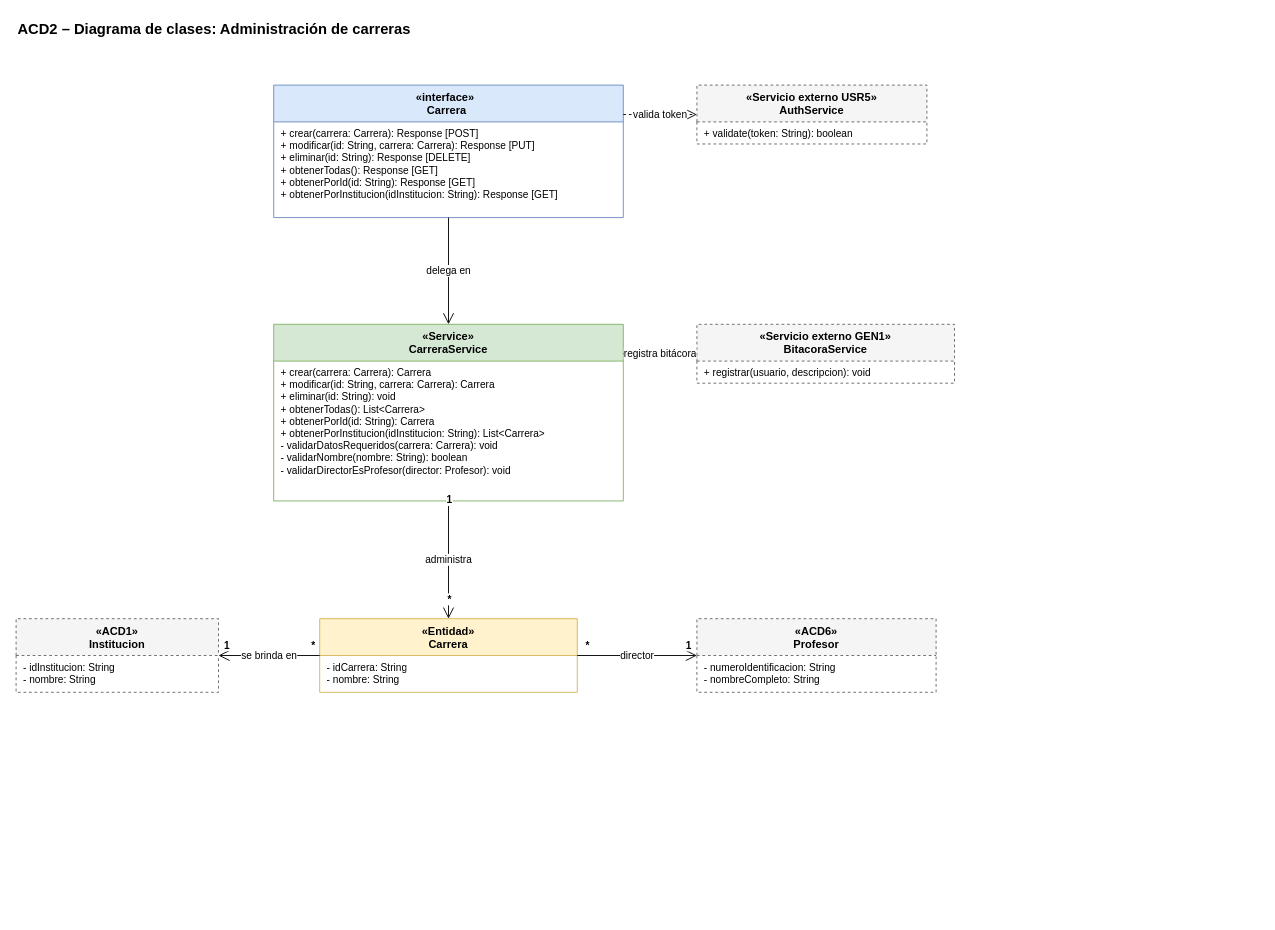
Earlier version of the draw.io diagram Documentacion/Diagramas Generales/Clases/Microservicios/DiagramaClases-Carreras.drawio (AskingManCode/MetaU). Source tidied: cells renumbered, new cells numbered last; positions are measured from the earlier drawing's top-left corner, leaving out a move shared by most shapes. Both pictures are drawn from the tidied source at 92%, with x=0, y=0 at pixel (16, 16).
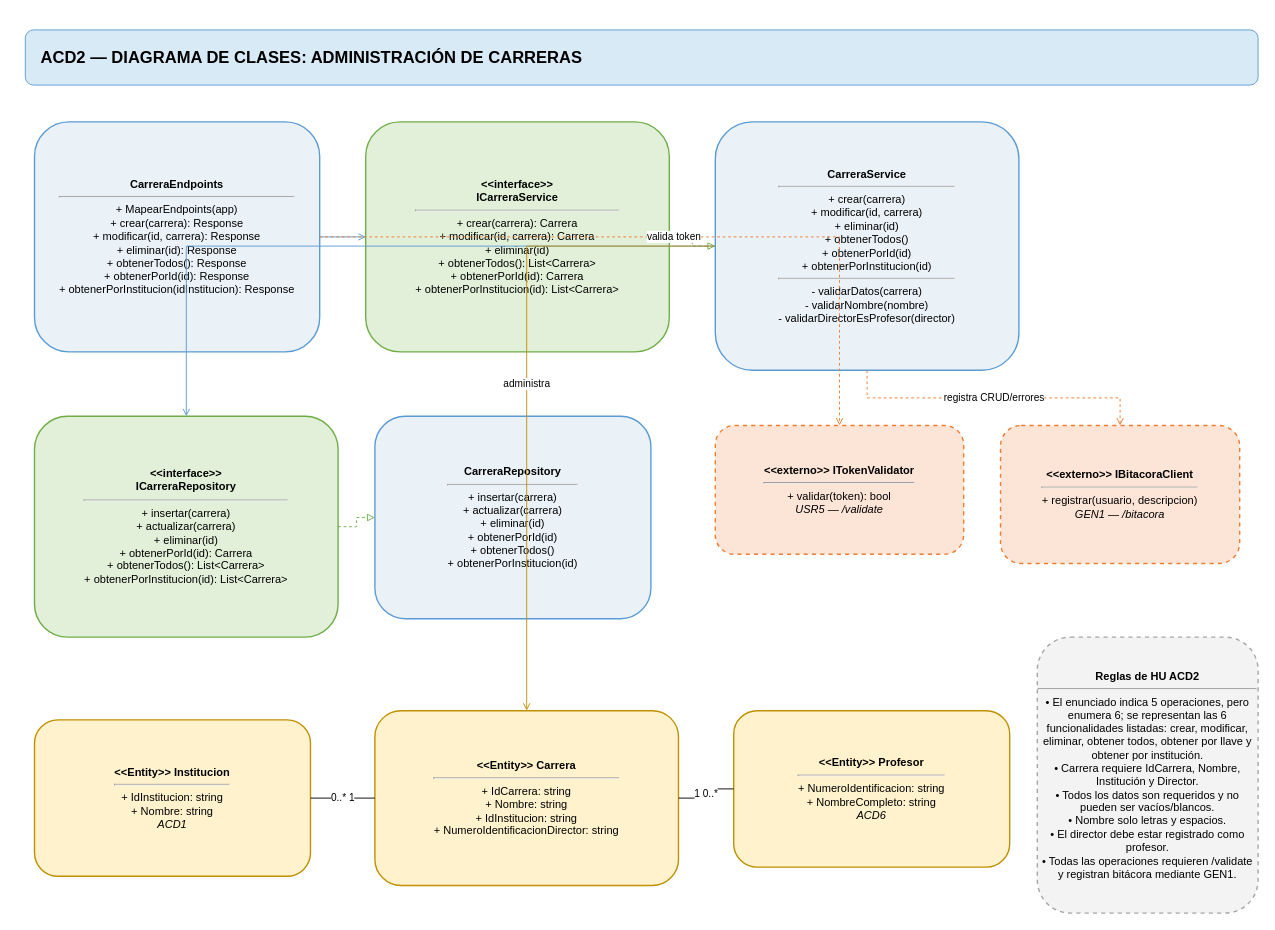
The same page after the edit.

Commit message (it also covers changes not shown here):
doc: se agrega Carreras a develop(#100)

Diff of the diagram source:
```diff
@@
-    <mxCell id="2" value="ACD2 – Diagrama de clases: Administración de carreras" style="text;html=0;align=left;verticalAlign=middle;fontSize=16;fontStyle=1;" parent="1" vertex="1">
-      <mxGeometry width="700" height="26" as="geometry" />
-    </mxCell>
-    <mxCell id="3" value="«interface»  &#10;Carrera " style="swimlane;fontStyle=1;align=center;startSize=40;html=0;horizontal=1;fontSize=12;fillColor=#dae8fc;strokeColor=#6c8ebf;swimlaneFillColor=#ffffff;" parent="1" vertex="1">
-      <mxGeometry x="280" y="75" width="380" height="144" as="geometry" />
-    </mxCell>
-    <mxCell id="4" value="+ crear(carrera: Carrera): Response  [POST]&#10;+ modificar(id: String, carrera: Carrera): Response  [PUT]&#10;+ eliminar(id: String): Response  [DELETE]&#10;+ obtenerTodas(): Response  [GET]&#10;+ obtenerPorId(id: String): Response  [GET]&#10;+ obtenerPorInstitucion(idInstitucion: String): Response  [GET]" style="text;strokeColor=none;fillColor=none;align=left;verticalAlign=top;spacingLeft=6;spacingRight=4;overflow=hidden;whiteSpace=wrap;html=0;fontSize=11;" parent="3" vertex="1">
-      <mxGeometry y="40" width="380" height="104" as="geometry" />
-    </mxCell>
-    <mxCell id="5" value="«Servicio externo USR5»&#10;AuthService" style="swimlane;fontStyle=1;align=center;startSize=40;html=0;horizontal=1;fontSize=12;fillColor=#f5f5f5;strokeColor=#666666;dashed=1;swimlaneFillColor=#ffffff;" parent="1" vertex="1">
-      <mxGeometry x="740" y="75" width="250" height="64" as="geometry" />
-    </mxCell>
-    <mxCell id="6" value="+ validate(token: String): boolean" style="text;strokeColor=none;fillColor=none;align=left;verticalAlign=top;spacingLeft=6;spacingRight=4;overflow=hidden;whiteSpace=wrap;html=0;fontSize=11;" parent="5" vertex="1">
-      <mxGeometry y="40" width="250" height="24" as="geometry" />
-    </mxCell>
-    <mxCell id="7" value="«Service»&#10;CarreraService" style="swimlane;fontStyle=1;align=center;startSize=40;html=0;horizontal=1;fontSize=12;fillColor=#d5e8d4;strokeColor=#82b366;swimlaneFillColor=#ffffff;" parent="1" vertex="1">
-      <mxGeometry x="280" y="335" width="380" height="192" as="geometry" />
-    </mxCell>
-    <mxCell id="8" value="+ crear(carrera: Carrera): Carrera&#10;+ modificar(id: String, carrera: Carrera): Carrera&#10;+ eliminar(id: String): void&#10;+ obtenerTodas(): List&lt;Carrera&gt;&#10;+ obtenerPorId(id: String): Carrera&#10;+ obtenerPorInstitucion(idInstitucion: String): List&lt;Carrera&gt;&#10;- validarDatosRequeridos(carrera: Carrera): void&#10;- validarNombre(nombre: String): boolean&#10;- validarDirectorEsProfesor(director: Profesor): void" style="text;strokeColor=none;fillColor=none;align=left;verticalAlign=top;spacingLeft=6;spacingRight=4;overflow=hidden;whiteSpace=wrap;html=0;fontSize=11;" parent="7" vertex="1">
-      <mxGeometry y="40" width="380" height="152" as="geometry" />
-    </mxCell>
-    <mxCell id="9" value="«Servicio externo GEN1»&#10;BitacoraService" style="swimlane;fontStyle=1;align=center;startSize=40;html=0;horizontal=1;fontSize=12;fillColor=#f5f5f5;strokeColor=#666666;dashed=1;swimlaneFillColor=#ffffff;" parent="1" vertex="1">
-      <mxGeometry x="740" y="335" width="280" height="64" as="geometry" />
-    </mxCell>
-    <mxCell id="10" value="+ registrar(usuario, descripcion): void" style="text;strokeColor=none;fillColor=none;align=left;verticalAlign=top;spacingLeft=6;spacingRight=4;overflow=hidden;whiteSpace=wrap;html=0;fontSize=11;" parent="9" vertex="1">
-      <mxGeometry y="40" width="280" height="24" as="geometry" />
-    </mxCell>
-    <mxCell id="11" value="«Entidad»&#10;Carrera" style="swimlane;fontStyle=1;align=center;startSize=40;html=0;horizontal=1;fontSize=12;fillColor=#fff2cc;strokeColor=#d6b656;swimlaneFillColor=#ffffff;" parent="1" vertex="1">
-      <mxGeometry x="330" y="655" width="280" height="80" as="geometry" />
-    </mxCell>
-    <mxCell id="12" value="- idCarrera: String&#10;- nombre: String" style="text;strokeColor=none;fillColor=none;align=left;verticalAlign=top;spacingLeft=6;spacingRight=4;overflow=hidden;whiteSpace=wrap;html=0;fontSize=11;" parent="11" vertex="1">
-      <mxGeometry y="40" width="280" height="40" as="geometry" />
-    </mxCell>
-    <mxCell id="13" value="«ACD1»&#10;Institucion" style="swimlane;fontStyle=1;align=center;startSize=40;html=0;horizontal=1;fontSize=12;fillColor=#f5f5f5;strokeColor=#666666;dashed=1;swimlaneFillColor=#ffffff;" parent="1" vertex="1">
-      <mxGeometry y="655" width="220" height="80" as="geometry" />
-    </mxCell>
-    <mxCell id="14" value="- idInstitucion: String&#10;- nombre: String" style="text;strokeColor=none;fillColor=none;align=left;verticalAlign=top;spacingLeft=6;spacingRight=4;overflow=hidden;whiteSpace=wrap;html=0;fontSize=11;" parent="13" vertex="1">
-      <mxGeometry y="40" width="220" height="40" as="geometry" />
-    </mxCell>
-    <mxCell id="15" value="«ACD6»&#10;Profesor" style="swimlane;fontStyle=1;align=center;startSize=40;html=0;horizontal=1;fontSize=12;fillColor=#f5f5f5;strokeColor=#666666;dashed=1;swimlaneFillColor=#ffffff;" parent="1" vertex="1">
-      <mxGeometry x="740" y="655" width="260" height="80" as="geometry" />
-    </mxCell>
-    <mxCell id="16" value="- numeroIdentificacion: String&#10;- nombreCompleto: String" style="text;strokeColor=none;fillColor=none;align=left;verticalAlign=top;spacingLeft=6;spacingRight=4;overflow=hidden;whiteSpace=wrap;html=0;fontSize=11;" parent="15" vertex="1">
-      <mxGeometry y="40" width="260" height="40" as="geometry" />
-    </mxCell>
-    <mxCell id="17" value="delega en" style="endArrow=open;endSize=10;html=1;edgeStyle=orthogonalEdgeStyle;rounded=0;fontSize=11;labelBackgroundColor=#ffffff;exitX=0.5000;exitY=1;entryX=0.5000;entryY=0;" parent="1" edge="1" source="3" target="7">
-      <mxGeometry relative="1" as="geometry" />
-    </mxCell>
+    <mxCell id="29" value="&lt;b&gt;ACD2 — DIAGRAMA DE CLASES: ADMINISTRACIÓN DE CARRERAS&lt;/b&gt;" style="rounded=1;whiteSpace=wrap;html=1;fillColor=#D9EAF7;strokeColor=#5B9BD5;fontSize=18;align=left;spacingLeft=15;" parent="1" vertex="1">
+      <mxGeometry x="10" y="15" width="1340" height="60" as="geometry" />
+    </mxCell>
+    <mxCell id="30" value="&lt;b&gt;CarreraEndpoints&lt;/b&gt;&lt;hr&gt;+ MapearEndpoints(app)&lt;br&gt;+ crear(carrera): Response&lt;br&gt;+ modificar(id, carrera): Response&lt;br&gt;+ eliminar(id): Response&lt;br&gt;+ obtenerTodos(): Response&lt;br&gt;+ obtenerPorId(id): Response&lt;br&gt;+ obtenerPorInstitucion(idInstitucion): Response" style="rounded=1;whiteSpace=wrap;html=1;strokeWidth=1.5;fillColor=#EAF2F8;strokeColor=#5B9BD5;" parent="1" vertex="1">
+      <mxGeometry x="20" y="115" width="310" height="250" as="geometry" />
+    </mxCell>
+    <mxCell id="31" value="&lt;b&gt;&amp;lt;&amp;lt;interface&amp;gt;&amp;gt;&lt;br&gt;ICarreraService&lt;/b&gt;&lt;hr&gt;+ crear(carrera): Carrera&lt;br&gt;+ modificar(id, carrera): Carrera&lt;br&gt;+ eliminar(id)&lt;br&gt;+ obtenerTodos(): List&amp;lt;Carrera&amp;gt;&lt;br&gt;+ obtenerPorId(id): Carrera&lt;br&gt;+ obtenerPorInstitucion(id): List&amp;lt;Carrera&amp;gt;" style="rounded=1;whiteSpace=wrap;html=1;strokeWidth=1.5;fillColor=#E2F0D9;strokeColor=#70AD47;" parent="1" vertex="1">
+      <mxGeometry x="380" y="115" width="330" height="250" as="geometry" />
+    </mxCell>
+    <mxCell id="32" value="&lt;b&gt;CarreraService&lt;/b&gt;&lt;hr&gt;+ crear(carrera)&lt;br&gt;+ modificar(id, carrera)&lt;br&gt;+ eliminar(id)&lt;br&gt;+ obtenerTodos()&lt;br&gt;+ obtenerPorId(id)&lt;br&gt;+ obtenerPorInstitucion(id)&lt;hr&gt;- validarDatos(carrera)&lt;br&gt;- validarNombre(nombre)&lt;br&gt;- validarDirectorEsProfesor(director)" style="rounded=1;whiteSpace=wrap;html=1;strokeWidth=1.5;fillColor=#EAF2F8;strokeColor=#5B9BD5;" parent="1" vertex="1">
+      <mxGeometry x="760" y="115" width="330" height="270" as="geometry" />
+    </mxCell>
+    <mxCell id="33" value="&lt;b&gt;&amp;lt;&amp;lt;interface&amp;gt;&amp;gt;&lt;br&gt;ICarreraRepository&lt;/b&gt;&lt;hr&gt;+ insertar(carrera)&lt;br&gt;+ actualizar(carrera)&lt;br&gt;+ eliminar(id)&lt;br&gt;+ obtenerPorId(id): Carrera&lt;br&gt;+ obtenerTodos(): List&amp;lt;Carrera&amp;gt;&lt;br&gt;+ obtenerPorInstitucion(id): List&amp;lt;Carrera&amp;gt;" style="rounded=1;whiteSpace=wrap;html=1;strokeWidth=1.5;fillColor=#E2F0D9;strokeColor=#70AD47;" parent="1" vertex="1">
+      <mxGeometry x="20" y="435" width="330" height="240" as="geometry" />
+    </mxCell>
+    <mxCell id="34" value="&lt;b&gt;CarreraRepository&lt;/b&gt;&lt;hr&gt;+ insertar(carrera)&lt;br&gt;+ actualizar(carrera)&lt;br&gt;+ eliminar(id)&lt;br&gt;+ obtenerPorId(id)&lt;br&gt;+ obtenerTodos()&lt;br&gt;+ obtenerPorInstitucion(id)" style="rounded=1;whiteSpace=wrap;html=1;strokeWidth=1.5;fillColor=#EAF2F8;strokeColor=#5B9BD5;" parent="1" vertex="1">
+      <mxGeometry x="390" y="435" width="300" height="220" as="geometry" />
+    </mxCell>
+    <mxCell id="35" value="&lt;b&gt;&amp;lt;&amp;lt;externo&amp;gt;&amp;gt; ITokenValidator&lt;/b&gt;&lt;hr&gt;+ validar(token): bool&lt;br&gt;&lt;i&gt;USR5 — /validate&lt;/i&gt;" style="rounded=1;whiteSpace=wrap;html=1;strokeWidth=1.5;fillColor=#FCE4D6;strokeColor=#ED7D31;dashed=1;" parent="1" vertex="1">
+      <mxGeometry x="760" y="445" width="270" height="140" as="geometry" />
+    </mxCell>
+    <mxCell id="36" value="&lt;b&gt;&amp;lt;&amp;lt;externo&amp;gt;&amp;gt; IBitacoraClient&lt;/b&gt;&lt;hr&gt;+ registrar(usuario, descripcion)&lt;br&gt;&lt;i&gt;GEN1 — /bitacora&lt;/i&gt;" style="rounded=1;whiteSpace=wrap;html=1;strokeWidth=1.5;fillColor=#FCE4D6;strokeColor=#ED7D31;dashed=1;" parent="1" vertex="1">
+      <mxGeometry x="1070" y="445" width="260" height="150" as="geometry" />
+    </mxCell>
+    <mxCell id="37" value="&lt;b&gt;&amp;lt;&amp;lt;Entity&amp;gt;&amp;gt; Carrera&lt;/b&gt;&lt;hr&gt;+ IdCarrera: string&lt;br&gt;+ Nombre: string&lt;br&gt;+ IdInstitucion: string&lt;br&gt;+ NumeroIdentificacionDirector: string" style="rounded=1;whiteSpace=wrap;html=1;strokeWidth=1.5;fillColor=#FFF2CC;strokeColor=#BF9000;" parent="1" vertex="1">
+      <mxGeometry x="390" y="755" width="330" height="190" as="geometry" />
+    </mxCell>
+    <mxCell id="38" value="&lt;b&gt;&amp;lt;&amp;lt;Entity&amp;gt;&amp;gt; Institucion&lt;/b&gt;&lt;hr&gt;+ IdInstitucion: string&lt;br&gt;+ Nombre: string&lt;br&gt;&lt;i&gt;ACD1&lt;/i&gt;" style="rounded=1;whiteSpace=wrap;html=1;strokeWidth=1.5;fillColor=#FFF2CC;strokeColor=#BF9000;" parent="1" vertex="1">
+      <mxGeometry x="20" y="765" width="300" height="170" as="geometry" />
+    </mxCell>
+    <mxCell id="39" value="&lt;b&gt;&amp;lt;&amp;lt;Entity&amp;gt;&amp;gt; Profesor&lt;/b&gt;&lt;hr&gt;+ NumeroIdentificacion: string&lt;br&gt;+ NombreCompleto: string&lt;br&gt;&lt;i&gt;ACD6&lt;/i&gt;" style="rounded=1;whiteSpace=wrap;html=1;strokeWidth=1.5;fillColor=#FFF2CC;strokeColor=#BF9000;" parent="1" vertex="1">
+      <mxGeometry x="780" y="755" width="300" height="170" as="geometry" />
+    </mxCell>
+    <mxCell id="40" value="&lt;b&gt;Reglas de HU ACD2&lt;/b&gt;&lt;hr&gt;• El enunciado indica 5 operaciones, pero enumera 6; se representan las 6 funcionalidades listadas: crear, modificar, eliminar, obtener todos, obtener por llave y obtener por institución.&lt;br&gt;• Carrera requiere IdCarrera, Nombre, Institución y Director.&lt;br&gt;• Todos los datos son requeridos y no pueden ser vacíos/blancos.&lt;br&gt;• Nombre solo letras y espacios.&lt;br&gt;• El director debe estar registrado como profesor.&lt;br&gt;• Todas las operaciones requieren /validate y registran bitácora mediante GEN1." style="rounded=1;whiteSpace=wrap;html=1;strokeWidth=1.5;fillColor=#F3F3F3;strokeColor=#A6A6A6;dashed=1;" parent="1" vertex="1">
+      <mxGeometry x="1110" y="675" width="240" height="300" as="geometry" />
+    </mxCell>
+    <mxCell id="41" style="edgeStyle=orthogonalEdgeStyle;rounded=0;jettySize=auto;html=1;endArrow=open;endFill=0;strokeColor=#5B9BD5;" parent="1" edge="1" source="30" target="31">
+      <mxGeometry relative="1" as="geometry" />
+    </mxCell>
+    <mxCell id="42" style="edgeStyle=orthogonalEdgeStyle;rounded=0;jettySize=auto;html=1;endArrow=block;endFill=0;dashed=1;strokeColor=#70AD47;" parent="1" edge="1" source="31" target="32">
+      <mxGeometry relative="1" as="geometry" />
+    </mxCell>
+    <mxCell id="43" style="edgeStyle=orthogonalEdgeStyle;rounded=0;jettySize=auto;html=1;endArrow=open;endFill=0;strokeColor=#5B9BD5;" parent="1" edge="1" source="32" target="33">
+      <mxGeometry relative="1" as="geometry" />
+    </mxCell>
+    <mxCell id="44" style="edgeStyle=orthogonalEdgeStyle;rounded=0;jettySize=auto;html=1;endArrow=block;endFill=0;dashed=1;strokeColor=#70AD47;" parent="1" edge="1" source="33" target="34">
+      <mxGeometry relative="1" as="geometry" />
+    </mxCell>
-    <mxCell id="18" value="valida token" style="endArrow=open;endSize=10;html=1;edgeStyle=orthogonalEdgeStyle;rounded=0;fontSize=11;labelBackgroundColor=#ffffff;dashed=1;exitX=1;exitY=0.2222;entryX=0;entryY=0.5000;" parent="1" edge="1" source="3" target="5">
+    <mxCell id="18" value="valida token" style="edgeStyle=orthogonalEdgeStyle;rounded=0;jettySize=auto;html=1;endArrow=open;endFill=0;strokeColor=#ED7D31;dashed=1;" parent="1" edge="1" source="30" target="35">
       <mxGeometry relative="1" as="geometry" />
     </mxCell>
-    <mxCell id="19" value="registra bitácora" style="endArrow=open;endSize=10;html=1;edgeStyle=orthogonalEdgeStyle;rounded=0;fontSize=11;labelBackgroundColor=#ffffff;dashed=1;exitX=1;exitY=0.1667;entryX=0;entryY=0.5000;" parent="1" edge="1" source="7" target="9">
-      <mxGeometry relative="1" as="geometry" />
-    </mxCell>
+    <mxCell id="45" value="registra CRUD/errores" style="edgeStyle=orthogonalEdgeStyle;rounded=0;jettySize=auto;html=1;endArrow=open;endFill=0;strokeColor=#ED7D31;dashed=1;" parent="1" edge="1" source="32" target="36">
+      <mxGeometry relative="1" as="geometry" />
+    </mxCell>
-    <mxCell id="20" value="administra" style="endArrow=open;endSize=10;html=1;edgeStyle=orthogonalEdgeStyle;rounded=0;fontSize=11;labelBackgroundColor=#ffffff;exitX=0.5000;exitY=1;entryX=0.5000;entryY=0;" parent="1" edge="1" source="7" target="11">
+    <mxCell id="20" value="administra" style="edgeStyle=orthogonalEdgeStyle;rounded=0;jettySize=auto;html=1;endArrow=open;endFill=0;strokeColor=#BF9000;" parent="1" edge="1" source="32" target="37">
       <mxGeometry relative="1" as="geometry" />
     </mxCell>
-    <mxCell id="21" value="1" style="edgeLabel;html=1;align=center;verticalAlign=middle;fontSize=11;fontStyle=1;" parent="20" vertex="1">
-      <mxGeometry x="-0.85" relative="1" as="geometry">
-        <mxPoint y="-12" as="offset" />
-      </mxGeometry>
-    </mxCell>
-    <mxCell id="22" value="*" style="edgeLabel;html=1;align=center;verticalAlign=middle;fontSize=11;fontStyle=1;" parent="20" vertex="1">
-      <mxGeometry x="0.85" relative="1" as="geometry">
-        <mxPoint y="-12" as="offset" />
-      </mxGeometry>
-    </mxCell>
-    <mxCell id="23" value="se brinda en" style="endArrow=open;endSize=10;html=1;edgeStyle=orthogonalEdgeStyle;rounded=0;fontSize=11;labelBackgroundColor=#ffffff;exitX=0;exitY=0.5000;entryX=1;entryY=0.5000;" parent="1" edge="1" source="11" target="13">
-      <mxGeometry relative="1" as="geometry" />
-    </mxCell>
-    <mxCell id="24" value="*" style="edgeLabel;html=1;align=center;verticalAlign=middle;fontSize=11;fontStyle=1;" parent="23" vertex="1">
-      <mxGeometry x="-0.85" relative="1" as="geometry">
-        <mxPoint y="-12" as="offset" />
-      </mxGeometry>
-    </mxCell>
-    <mxCell id="25" value="1" style="edgeLabel;html=1;align=center;verticalAlign=middle;fontSize=11;fontStyle=1;" parent="23" vertex="1">
-      <mxGeometry x="0.85" relative="1" as="geometry">
-        <mxPoint y="-12" as="offset" />
-      </mxGeometry>
-    </mxCell>
-    <mxCell id="26" value="director" style="endArrow=open;endSize=10;html=1;edgeStyle=orthogonalEdgeStyle;rounded=0;fontSize=11;labelBackgroundColor=#ffffff;exitX=1;exitY=0.5000;entryX=0;entryY=0.5000;" parent="1" edge="1" source="11" target="15">
-      <mxGeometry relative="1" as="geometry" />
-    </mxCell>
-    <mxCell id="27" value="*" style="edgeLabel;html=1;align=center;verticalAlign=middle;fontSize=11;fontStyle=1;" parent="26" vertex="1">
-      <mxGeometry x="-0.85" relative="1" as="geometry">
-        <mxPoint y="-12" as="offset" />
-      </mxGeometry>
-    </mxCell>
-    <mxCell id="28" value="1" style="edgeLabel;html=1;align=center;verticalAlign=middle;fontSize=11;fontStyle=1;" parent="26" vertex="1">
-      <mxGeometry x="0.85" relative="1" as="geometry">
-        <mxPoint y="-12" as="offset" />
-      </mxGeometry>
-    </mxCell>
+    <mxCell id="46" value="0..*     1" style="edgeStyle=orthogonalEdgeStyle;rounded=0;jettySize=auto;html=1;endArrow=none;startArrow=none;fontSize=11;" parent="1" edge="1" source="37" target="38">
+      <mxGeometry relative="1" as="geometry" />
+    </mxCell>
+    <mxCell id="47" value="1     0..*" style="edgeStyle=orthogonalEdgeStyle;rounded=0;jettySize=auto;html=1;endArrow=none;startArrow=none;fontSize=11;" parent="1" edge="1" source="37" target="39">
+      <mxGeometry relative="1" as="geometry" />
+    </mxCell>
```
